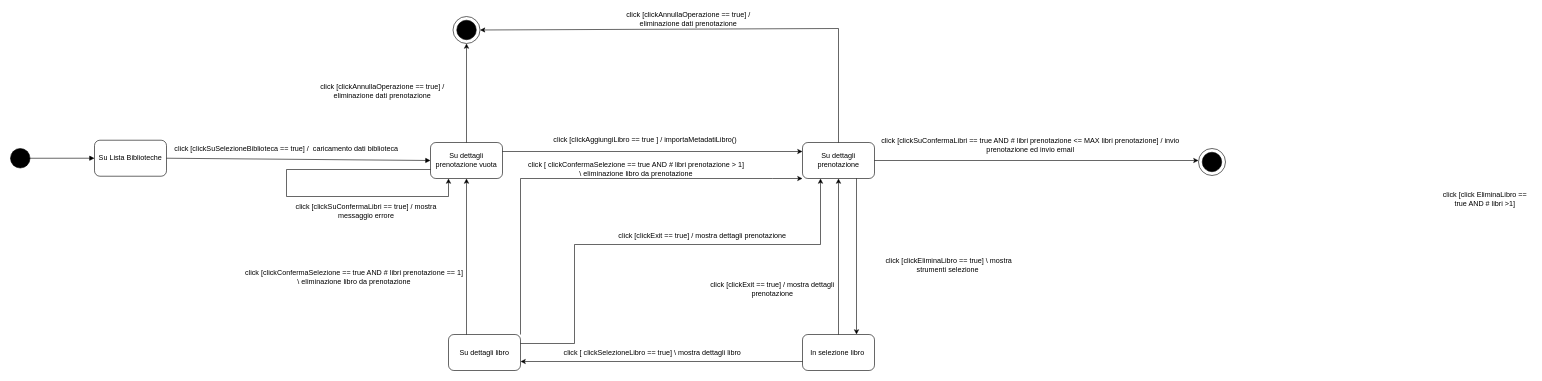
The draw.io diagram page "Page-1" (1 of 4) of Elaborati Progettazione/Prenota Libro/Diagramma a stati/Prenota libro - stati.drawio in Tom-n7/progettoMurakami, before the edit. Source tidied: cells renumbered, new cells numbered last; positions are measured from the earlier drawing's top-left corner, leaving out a move shared by most shapes. Both pictures are drawn from the tidied source at 60%, with x=0, y=0 at pixel (10, 10).
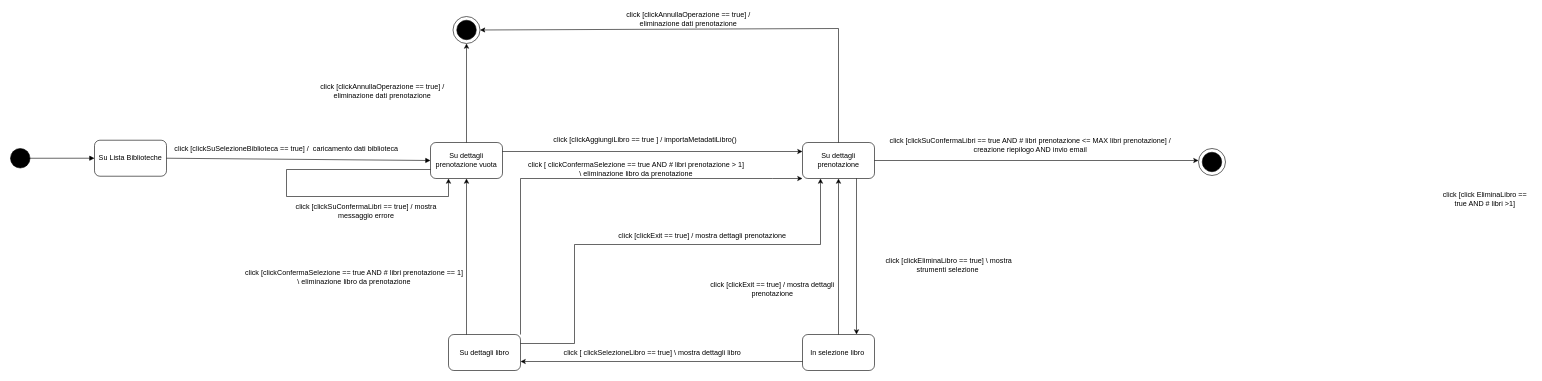
The same page after the edit.

The edit, as a diff of the source:
```diff
@@
-    <mxCell id="13" value="click [clickSuConfermaLibri == true AND # libri prenotazione &amp;lt;= MAX libri prenotazione] / invio prenotazione ed invio email" style="text;html=1;strokeColor=none;fillColor=none;align=center;verticalAlign=middle;whiteSpace=wrap;rounded=0;" parent="1" vertex="1">
+    <mxCell id="13" value="click [clickSuConfermaLibri == true AND # libri prenotazione &amp;lt;= MAX libri prenotazione] / creazione riepilogo AND invio email" style="text;html=1;strokeColor=none;fillColor=none;align=center;verticalAlign=middle;whiteSpace=wrap;rounded=0;" parent="1" vertex="1">
       <mxGeometry x="1450" y="210" width="500" height="30" as="geometry" />
     </mxCell>
```
